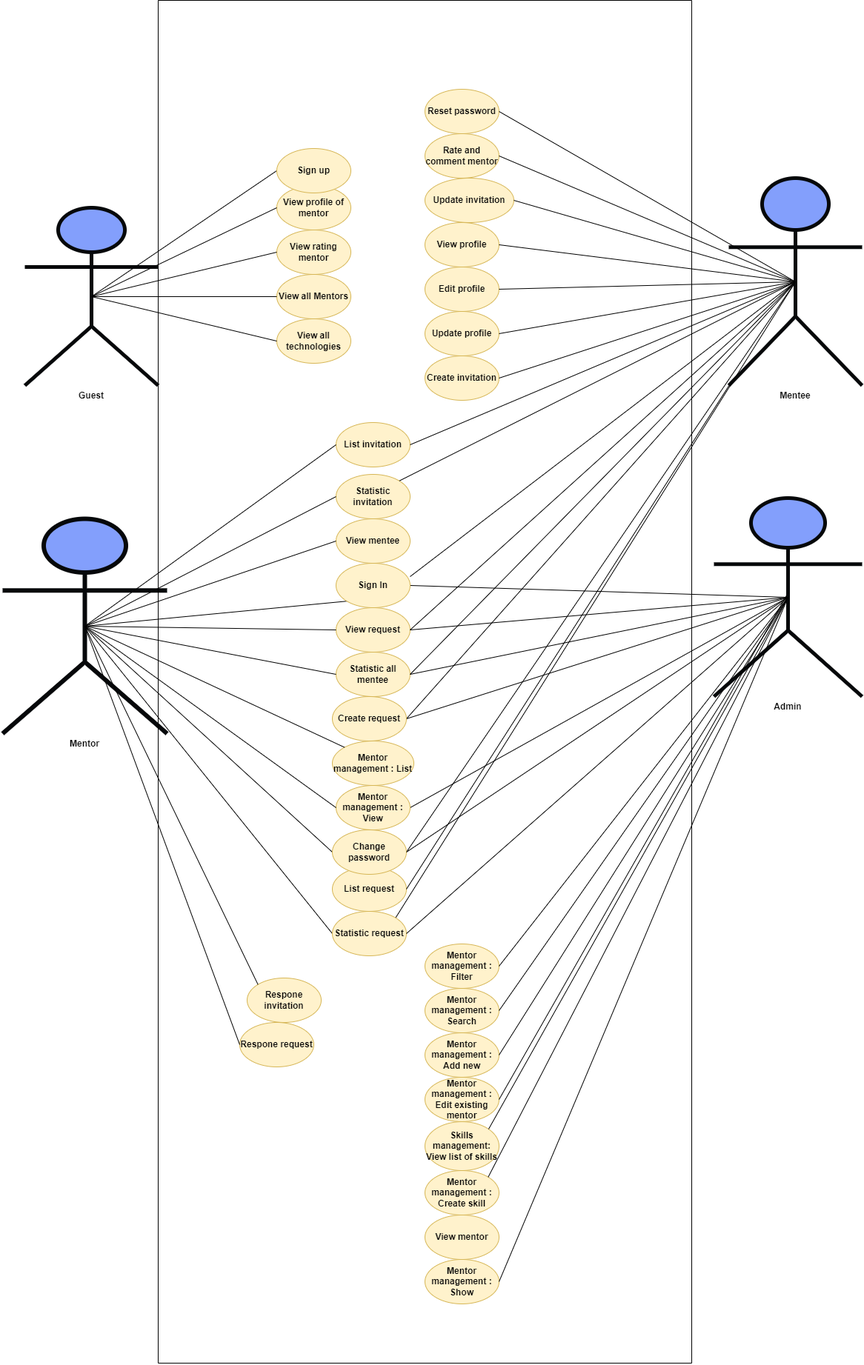
dungdt23/SWP391_Document keeps this draw.io diagram as UML.drawio.png. Above is the earlier version. Source tidied: cells renumbered, new cells last; positions are measured from the earlier drawing's top-left corner, leaving out a move shared by most shapes.
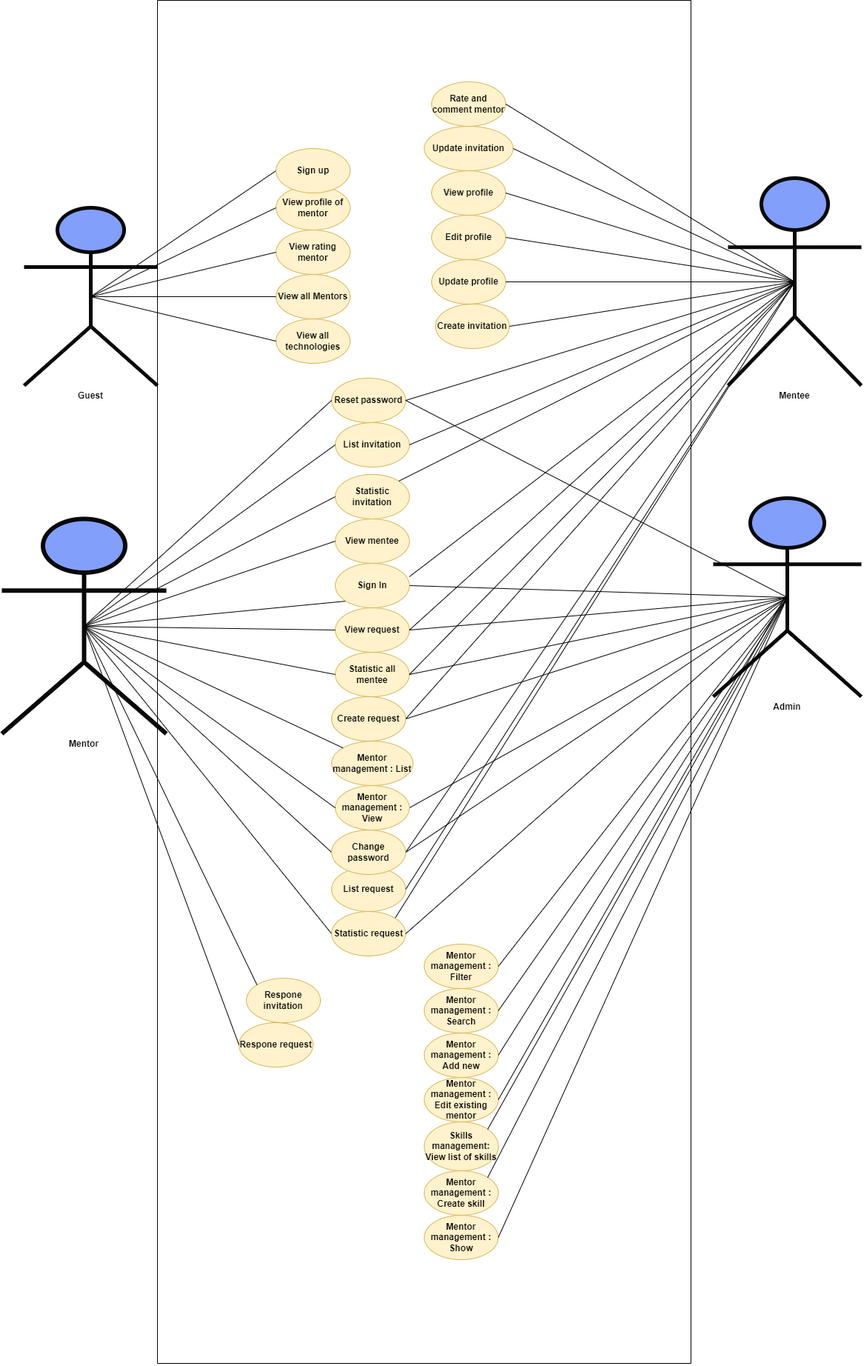
The same diagram one commit later.

The edit, as a diff of the source:
```diff
@@ -36,16 +36,16 @@
       <mxGeometry x="980" y="240" width="180" height="280" as="geometry" />
     </mxCell>
     <mxCell id="13" value="Edit profile" style="ellipse;whiteSpace=wrap;html=1;fillColor=#fff2cc;strokeColor=#d6b656;fontStyle=1;" parent="1" vertex="1">
-      <mxGeometry x="570" y="360" width="100" height="60" as="geometry" />
+      <mxGeometry x="580" y="290" width="100" height="60" as="geometry" />
     </mxCell>
     <mxCell id="14" value="Create invitation" style="ellipse;whiteSpace=wrap;html=1;fillColor=#fff2cc;strokeColor=#d6b656;fontStyle=1;" parent="1" vertex="1">
-      <mxGeometry x="570" y="480" width="100" height="60" as="geometry" />
+      <mxGeometry x="585" y="410" width="100" height="60" as="geometry" />
     </mxCell>
     <mxCell id="15" value="View profile" style="ellipse;whiteSpace=wrap;html=1;fillColor=#fff2cc;strokeColor=#d6b656;fontStyle=1;" parent="1" vertex="1">
-      <mxGeometry x="570" y="300" width="100" height="60" as="geometry" />
+      <mxGeometry x="580" y="230" width="100" height="60" as="geometry" />
     </mxCell>
     <mxCell id="16" value="Update profile" style="ellipse;whiteSpace=wrap;html=1;fillColor=#fff2cc;strokeColor=#d6b656;fontStyle=1;" parent="1" vertex="1">
-      <mxGeometry x="570" y="420" width="100" height="60" as="geometry" />
+      <mxGeometry x="580" y="350" width="100" height="60" as="geometry" />
     </mxCell>
     <mxCell id="17" style="endArrow=none;html=1;rounded=0;exitX=1;exitY=0.3;exitDx=0;exitDy=0;entryX=0.5;entryY=0.5;entryDx=0;entryDy=0;entryPerimeter=0;exitPerimeter=0;" parent="1" edge="1" source="69" target="12">
       <mxGeometry relative="1" as="geometry" />
@@ -69,16 +69,16 @@
       <mxGeometry x="450" y="570" width="100" height="60" as="geometry" />
     </mxCell>
     <mxCell id="24" value="Update invitation" style="ellipse;whiteSpace=wrap;html=1;fillColor=#fff2cc;strokeColor=#d6b656;fontStyle=1;" parent="1" vertex="1">
-      <mxGeometry x="570" y="240" width="120" height="60" as="geometry" />
+      <mxGeometry x="570" y="170" width="120" height="60" as="geometry" />
     </mxCell>
     <mxCell id="25" value="List request" style="ellipse;whiteSpace=wrap;html=1;fillColor=#fff2cc;strokeColor=#d6b656;fontStyle=1;" parent="1" vertex="1">
       <mxGeometry x="445" y="1170" width="100" height="60" as="geometry" />
     </mxCell>
     <mxCell id="26" value="Rate and comment mentor" style="ellipse;whiteSpace=wrap;html=1;fillColor=#fff2cc;strokeColor=#d6b656;fontStyle=1;" parent="1" vertex="1">
-      <mxGeometry x="570" y="180" width="100" height="60" as="geometry" />
+      <mxGeometry x="580" y="110" width="100" height="60" as="geometry" />
     </mxCell>
     <mxCell id="27" value="Reset password" style="ellipse;whiteSpace=wrap;html=1;fillColor=#fff2cc;strokeColor=#d6b656;fontStyle=1;" parent="1" vertex="1">
-      <mxGeometry x="570" y="120" width="100" height="60" as="geometry" />
+      <mxGeometry x="445" y="510" width="100" height="60" as="geometry" />
     </mxCell>
     <mxCell id="28" style="endArrow=none;html=1;rounded=0;exitX=1;exitY=0;exitDx=0;exitDy=0;entryX=0.5;entryY=0.5;entryDx=0;entryDy=0;entryPerimeter=0;" parent="1" edge="1" source="22" target="12">
       <mxGeometry relative="1" as="geometry" />
@@ -140,9 +140,6 @@
     <mxCell id="47" style="endArrow=none;html=1;rounded=0;exitX=1;exitY=0.5;exitDx=0;exitDy=0;entryX=0.5;entryY=0.5;entryDx=0;entryDy=0;entryPerimeter=0;" parent="1" edge="1" source="69" target="46">
       <mxGeometry relative="1" as="geometry" />
     </mxCell>
-    <mxCell id="48" value="View mentor" style="ellipse;whiteSpace=wrap;html=1;fillColor=#fff2cc;strokeColor=#d6b656;fontStyle=1;" parent="1" vertex="1">
-      <mxGeometry x="570" y="1640" width="100" height="60" as="geometry" />
-    </mxCell>
     <mxCell id="49" value="View request" style="ellipse;whiteSpace=wrap;html=1;fillColor=#fff2cc;strokeColor=#d6b656;fontStyle=1;" parent="1" vertex="1">
       <mxGeometry x="450" y="820" width="100" height="60" as="geometry" />
     </mxCell>
@@ -153,7 +150,7 @@
       <mxGeometry x="570" y="1334" width="100" height="60" as="geometry" />
     </mxCell>
     <mxCell id="52" value="Mentor management : Show&lt;span style=&quot;color: rgba(0, 0, 0, 0); font-family: monospace; font-size: 0px; font-weight: 400; text-align: start;&quot;&gt;%3CmxGraphModel%3E%3Croot%3E%3CmxCell%20id%3D%220%22%2F%3E%3CmxCell%20id%3D%221%22%20parent%3D%220%22%2F%3E%3CmxCell%20id%3D%222%22%20value%3D%22Mentor%20management%20%3A%20Search%22%20style%3D%22ellipse%3BwhiteSpace%3Dwrap%3Bhtml%3D1%3BfillColor%3D%23fff2cc%3BstrokeColor%3D%23d6b656%3BfontStyle%3D1%22%20vertex%3D%221%22%20parent%3D%221%22%3E%3CmxGeometry%20x%3D%22880%22%20y%3D%22674%22%20width%3D%22100%22%20height%3D%2260%22%20as%3D%22geometry%22%2F%3E%3C%2FmxCell%3E%3C%2Froot%3E%3C%2FmxGraphModel%3E&lt;/span&gt;" style="ellipse;whiteSpace=wrap;html=1;fillColor=#fff2cc;strokeColor=#d6b656;fontStyle=1;" parent="1" vertex="1">
-      <mxGeometry x="570" y="1700" width="100" height="60" as="geometry" />
+      <mxGeometry x="570" y="1640" width="100" height="60" as="geometry" />
     </mxCell>
     <mxCell id="53" value="Mentor management : Add new&lt;span style=&quot;color: rgba(0, 0, 0, 0); font-family: monospace; font-size: 0px; font-weight: 400; text-align: start;&quot;&gt;%3CmxGraphModel%3E%3Croot%3E%3CmxCell%20id%3D%220%22%2F%3E%3CmxCell%20id%3D%221%22%20parent%3D%220%22%2F%3E%3CmxCell%20id%3D%222%22%20value%3D%22Mentor%20management%20%3A%20Search%22%20style%3D%22ellipse%3BwhiteSpace%3Dwrap%3Bhtml%3D1%3BfillColor%3D%23fff2cc%3BstrokeColor%3D%23d6b656%3BfontStyle%3D1%22%20vertex%3D%221%22%20parent%3D%221%22%3E%3CmxGeometry%20x%3D%22880%22%20y%3D%22674%22%20width%3D%22100%22%20height%3D%2260%22%20as%3D%22geometry%22%2F%3E%3C%2FmxCell%3E%3C%2Froot%3E%3C%2FmxGraphModel%3E&lt;/span&gt;" style="ellipse;whiteSpace=wrap;html=1;fillColor=#fff2cc;strokeColor=#d6b656;fontStyle=1;" parent="1" vertex="1">
       <mxGeometry x="570" y="1394" width="100" height="60" as="geometry" />
@@ -288,5 +285,11 @@
         <mxPoint x="930" as="targetPoint" />
       </mxGeometry>
     </mxCell>
+    <mxCell id="92" style="endArrow=none;html=1;rounded=0;exitX=0.5;exitY=0.5;exitDx=0;exitDy=0;exitPerimeter=0;entryX=0;entryY=0.5;entryDx=0;entryDy=0;" parent="1" edge="1" source="37" target="27">
+      <mxGeometry relative="1" as="geometry" />
+    </mxCell>
+    <mxCell id="93" style="endArrow=none;html=1;rounded=0;entryX=1;entryY=0.5;entryDx=0;entryDy=0;exitX=0.5;exitY=0.5;exitDx=0;exitDy=0;exitPerimeter=0;" parent="1" edge="1" source="46" target="27">
+      <mxGeometry relative="1" as="geometry" />
+    </mxCell>
   </root>
 </mxGraphModel>
```
